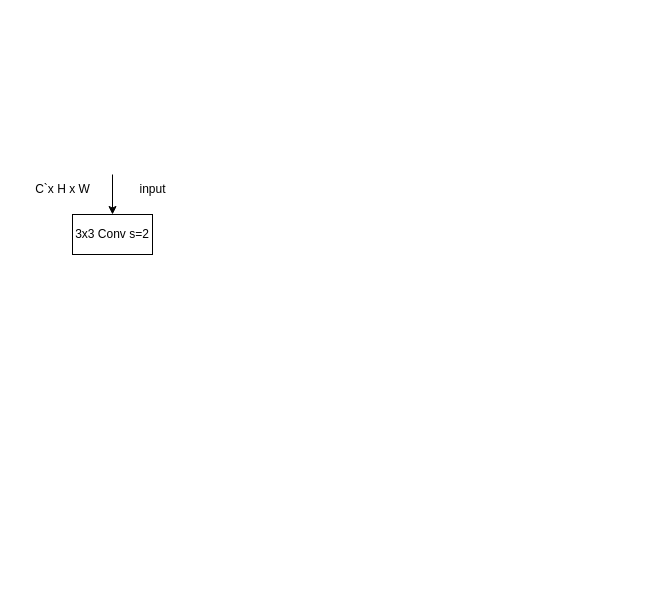
This is Untitled Diagram.drawio from recluse99/tcp_ip, a draw.io file, before an edit. Source tidied: cells renumbered, new cells numbered last; positions are measured from the earlier drawing's top-left corner, leaving out a move shared by most shapes. Both pictures are drawn from the tidied source at 100%, with x=0, y=0 at pixel (22, 174).
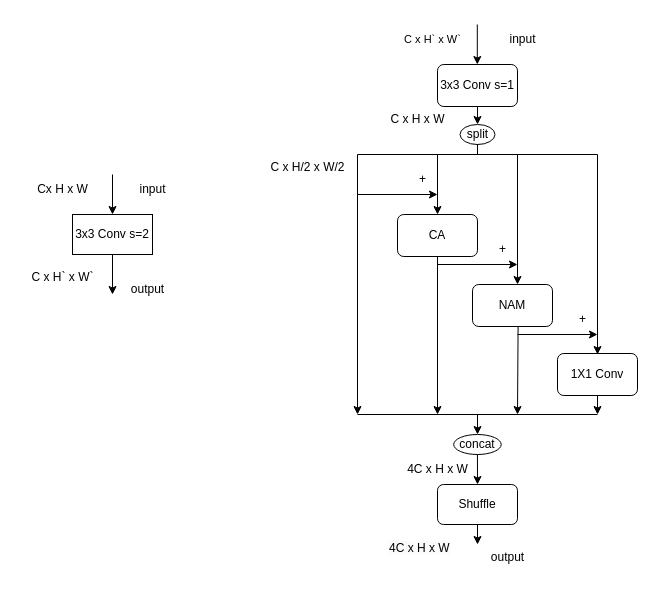
Above is the later version.

Unchanged cells that the change refers to:
```xml
<mxCell id="3" value="3x3 Conv s=2" style="rounded=0;whiteSpace=wrap;html=1;" parent="1" vertex="1">
  <mxGeometry x="50" y="40" width="80" height="40" as="geometry" />
</mxCell>
```

Diff of the diagram source:
```diff
@@
-    <mxCell id="5" value="C`x H x W" style="text;html=1;align=center;verticalAlign=middle;strokeColor=none;fillColor=none;" parent="1" vertex="1">
-      <mxGeometry width="80" height="30" as="geometry" />
+    <mxCell id="5" value="Cx H x W" style="text;html=1;align=center;verticalAlign=middle;strokeColor=none;fillColor=none;" parent="1" vertex="1">
+      <mxGeometry x="5" width="70" height="30" as="geometry" />
     </mxCell>
+    <mxCell id="6" style="endArrow=classic;html=1;rounded=0;exitX=0.5;exitY=1;exitDx=0;exitDy=0;" parent="1" edge="1" source="3">
+      <mxGeometry relative="1" as="geometry">
+        <mxPoint x="90" y="120" as="targetPoint" />
+      </mxGeometry>
+    </mxCell>
+    <mxCell id="7" value="C x H` x W`" style="text;html=1;align=center;verticalAlign=middle;strokeColor=none;fillColor=none;" parent="1" vertex="1">
+      <mxGeometry x="-5" y="88" width="90" height="30" as="geometry" />
+    </mxCell>
+    <mxCell id="8" style="endArrow=classic;html=1;rounded=0;entryX=0.5;entryY=0;entryDx=0;entryDy=0;entryPerimeter=0;" parent="1" edge="1">
+      <mxGeometry relative="1" as="geometry">
+        <mxPoint x="454.8" y="-150" as="sourcePoint" />
+        <mxPoint x="454.8" y="-110" as="targetPoint" />
+      </mxGeometry>
+    </mxCell>
+    <mxCell id="9" value="input" style="text;html=1;align=center;verticalAlign=middle;strokeColor=none;fillColor=none;" parent="1" vertex="1">
+      <mxGeometry x="475" y="-150" width="50" height="30" as="geometry" />
+    </mxCell>
+    <mxCell id="10" value="&lt;font style=&quot;font-size: 11px;&quot;&gt;C x H` x W`&lt;/font&gt;" style="text;html=1;align=center;verticalAlign=middle;strokeColor=none;fillColor=none;" parent="1" vertex="1">
+      <mxGeometry x="365" y="-150" width="90" height="30" as="geometry" />
+    </mxCell>
+    <mxCell id="11" style="endArrow=classic;html=1;rounded=0;exitX=0.5;exitY=1;exitDx=0;exitDy=0;" parent="1" edge="1">
+      <mxGeometry relative="1" as="geometry">
+        <mxPoint x="455" y="-70" as="sourcePoint" />
+        <mxPoint x="455" y="-50" as="targetPoint" />
+      </mxGeometry>
+    </mxCell>
+    <mxCell id="12" value="3x3 Conv s=1" style="rounded=1;whiteSpace=wrap;html=1;" parent="1" vertex="1">
+      <mxGeometry x="415" y="-110" width="80" height="42" as="geometry" />
+    </mxCell>
+    <mxCell id="13" value="split" style="ellipse;whiteSpace=wrap;html=1;" parent="1" vertex="1">
+      <mxGeometry x="437.5" y="-50" width="35" height="20" as="geometry" />
+    </mxCell>
+    <mxCell id="14" style="endArrow=none;html=1;rounded=0;" parent="1" edge="1">
+      <mxGeometry relative="1" as="geometry">
+        <mxPoint x="335" y="-20" as="sourcePoint" />
+        <mxPoint x="575" y="-20" as="targetPoint" />
+      </mxGeometry>
+    </mxCell>
+    <mxCell id="15" style="endArrow=none;html=1;rounded=0;" parent="1" edge="1">
+      <mxGeometry relative="1" as="geometry">
+        <mxPoint x="455" y="-20" as="sourcePoint" />
+        <mxPoint x="455" y="-20" as="targetPoint" />
+        <Array as="points">
+          <mxPoint x="455" y="-30" />
+        </Array>
+      </mxGeometry>
+    </mxCell>
+    <mxCell id="16" style="endArrow=classic;html=1;rounded=0;" parent="1" edge="1">
+      <mxGeometry relative="1" as="geometry">
+        <mxPoint x="335" y="-20" as="sourcePoint" />
+        <mxPoint x="335" y="240" as="targetPoint" />
+      </mxGeometry>
+    </mxCell>
+    <mxCell id="17" style="endArrow=classic;html=1;rounded=0;" parent="1" edge="1">
+      <mxGeometry relative="1" as="geometry">
+        <mxPoint x="415" y="-20" as="sourcePoint" />
+        <mxPoint x="415" y="40" as="targetPoint" />
+      </mxGeometry>
+    </mxCell>
+    <mxCell id="18" style="endArrow=classic;html=1;rounded=0;" parent="1" edge="1">
+      <mxGeometry relative="1" as="geometry">
+        <mxPoint x="495" y="-20" as="sourcePoint" />
+        <mxPoint x="495" y="110" as="targetPoint" />
+      </mxGeometry>
+    </mxCell>
+    <mxCell id="19" style="endArrow=classic;html=1;rounded=0;" parent="1" edge="1">
+      <mxGeometry relative="1" as="geometry">
+        <mxPoint x="575" y="-20" as="sourcePoint" />
+        <mxPoint x="575" y="180" as="targetPoint" />
+      </mxGeometry>
+    </mxCell>
+    <mxCell id="20" value="C x H x W" style="text;html=1;align=center;verticalAlign=middle;strokeColor=none;fillColor=none;" parent="1" vertex="1">
+      <mxGeometry x="355" y="-70" width="80" height="30" as="geometry" />
+    </mxCell>
+    <mxCell id="21" value="C x H/2 x W/2" style="text;html=1;align=center;verticalAlign=middle;strokeColor=none;fillColor=none;" parent="1" vertex="1">
+      <mxGeometry x="235" y="-22" width="100" height="30" as="geometry" />
+    </mxCell>
+    <mxCell id="22" style="endArrow=classic;html=1;rounded=0;" parent="1" edge="1">
+      <mxGeometry relative="1" as="geometry">
+        <mxPoint x="335" y="20" as="sourcePoint" />
+        <mxPoint x="415" y="20" as="targetPoint" />
+      </mxGeometry>
+    </mxCell>
+    <mxCell id="23" value="CA" style="rounded=1;whiteSpace=wrap;html=1;" parent="1" vertex="1">
+      <mxGeometry x="375" y="40" width="80" height="42" as="geometry" />
+    </mxCell>
+    <mxCell id="24" style="endArrow=classic;html=1;rounded=0;exitX=0.5;exitY=1;exitDx=0;exitDy=0;" parent="1" edge="1" source="23">
+      <mxGeometry relative="1" as="geometry">
+        <mxPoint x="415" y="240" as="targetPoint" />
+      </mxGeometry>
+    </mxCell>
+    <mxCell id="25" style="endArrow=classic;html=1;rounded=0;" parent="1" edge="1">
+      <mxGeometry relative="1" as="geometry">
+        <mxPoint x="415" y="90" as="sourcePoint" />
+        <mxPoint x="495" y="90" as="targetPoint" />
+      </mxGeometry>
+    </mxCell>
+    <mxCell id="26" value="NAM" style="rounded=1;whiteSpace=wrap;html=1;" parent="1" vertex="1">
+      <mxGeometry x="450" y="110" width="80" height="42" as="geometry" />
+    </mxCell>
+    <mxCell id="27" style="endArrow=classic;html=1;rounded=0;exitX=0.57;exitY=1.005;exitDx=0;exitDy=0;exitPerimeter=0;" parent="1" edge="1" source="26">
+      <mxGeometry relative="1" as="geometry">
+        <mxPoint x="495" y="240" as="targetPoint" />
+      </mxGeometry>
+    </mxCell>
+    <mxCell id="28" style="endArrow=classic;html=1;rounded=0;" parent="1" edge="1">
+      <mxGeometry relative="1" as="geometry">
+        <mxPoint x="495" y="160" as="sourcePoint" />
+        <mxPoint x="575" y="160" as="targetPoint" />
+      </mxGeometry>
+    </mxCell>
+    <mxCell id="29" value="1X1 Conv" style="rounded=1;whiteSpace=wrap;html=1;" parent="1" vertex="1">
+      <mxGeometry x="535" y="179" width="80" height="42" as="geometry" />
+    </mxCell>
+    <mxCell id="30" style="endArrow=classic;html=1;rounded=0;exitX=0.5;exitY=1;exitDx=0;exitDy=0;" parent="1" edge="1" source="29">
+      <mxGeometry relative="1" as="geometry">
+        <mxPoint x="575" y="240" as="targetPoint" />
+      </mxGeometry>
+    </mxCell>
+    <mxCell id="31" value="+" style="text;html=1;align=center;verticalAlign=middle;strokeColor=none;fillColor=none;" parent="1" vertex="1">
+      <mxGeometry x="385" y="-10" width="30" height="30" as="geometry" />
+    </mxCell>
+    <mxCell id="32" value="+" style="text;html=1;align=center;verticalAlign=middle;strokeColor=none;fillColor=none;" parent="1" vertex="1">
+      <mxGeometry x="465" y="60" width="30" height="30" as="geometry" />
+    </mxCell>
+    <mxCell id="33" value="+" style="text;html=1;align=center;verticalAlign=middle;strokeColor=none;fillColor=none;" parent="1" vertex="1">
+      <mxGeometry x="545" y="130" width="30" height="30" as="geometry" />
+    </mxCell>
+    <mxCell id="34" style="endArrow=none;html=1;rounded=0;" parent="1" edge="1">
+      <mxGeometry relative="1" as="geometry">
+        <mxPoint x="335" y="240" as="sourcePoint" />
+        <mxPoint x="575" y="240" as="targetPoint" />
+      </mxGeometry>
+    </mxCell>
+    <mxCell id="35" style="endArrow=classic;html=1;rounded=0;" parent="1" edge="1">
+      <mxGeometry relative="1" as="geometry">
+        <mxPoint x="455" y="240" as="sourcePoint" />
+        <mxPoint x="455" y="260" as="targetPoint" />
+      </mxGeometry>
+    </mxCell>
+    <mxCell id="36" value="concat&lt;br&gt;" style="ellipse;whiteSpace=wrap;html=1;" parent="1" vertex="1">
+      <mxGeometry x="431.2" y="260" width="47.5" height="20" as="geometry" />
+    </mxCell>
+    <mxCell id="37" style="endArrow=classic;html=1;rounded=0;exitX=0.5;exitY=1;exitDx=0;exitDy=0;" parent="1" edge="1" source="36">
+      <mxGeometry relative="1" as="geometry">
+        <mxPoint x="455" y="310" as="targetPoint" />
+      </mxGeometry>
+    </mxCell>
+    <mxCell id="38" value="4C x H x W" style="text;html=1;align=center;verticalAlign=middle;strokeColor=none;fillColor=none;" parent="1" vertex="1">
+      <mxGeometry x="375" y="280" width="80" height="30" as="geometry" />
+    </mxCell>
+    <mxCell id="39" value="Shuffle" style="rounded=1;whiteSpace=wrap;html=1;" parent="1" vertex="1">
+      <mxGeometry x="415" y="310" width="80" height="40" as="geometry" />
+    </mxCell>
+    <mxCell id="40" style="endArrow=classic;html=1;rounded=0;exitX=0.5;exitY=1;exitDx=0;exitDy=0;" parent="1" edge="1" source="39">
+      <mxGeometry relative="1" as="geometry">
+        <mxPoint x="455" y="370" as="targetPoint" />
+      </mxGeometry>
+    </mxCell>
+    <mxCell id="41" value="&lt;span style=&quot;color: rgb(0, 0, 0); font-family: Helvetica; font-size: 12px; font-style: normal; font-variant-ligatures: normal; font-variant-caps: normal; font-weight: 400; letter-spacing: normal; orphans: 2; text-align: center; text-indent: 0px; text-transform: none; widows: 2; word-spacing: 0px; -webkit-text-stroke-width: 0px; background-color: rgb(251, 251, 251); text-decoration-thickness: initial; text-decoration-style: initial; text-decoration-color: initial; float: none; display: inline !important;&quot;&gt;4C x H x W&lt;/span&gt;" style="text;whiteSpace=wrap;html=1;" parent="1" vertex="1">
+      <mxGeometry x="365" y="360" width="90" height="40" as="geometry" />
+    </mxCell>
+    <mxCell id="42" value="output&lt;br&gt;" style="text;html=1;align=center;verticalAlign=middle;strokeColor=none;fillColor=none;" parent="1" vertex="1">
+      <mxGeometry x="455" y="368" width="60" height="30" as="geometry" />
+    </mxCell>
+    <mxCell id="43" value="output&lt;br&gt;" style="text;html=1;align=center;verticalAlign=middle;strokeColor=none;fillColor=none;" parent="1" vertex="1">
+      <mxGeometry x="95" y="100" width="60" height="30" as="geometry" />
+    </mxCell>
```
